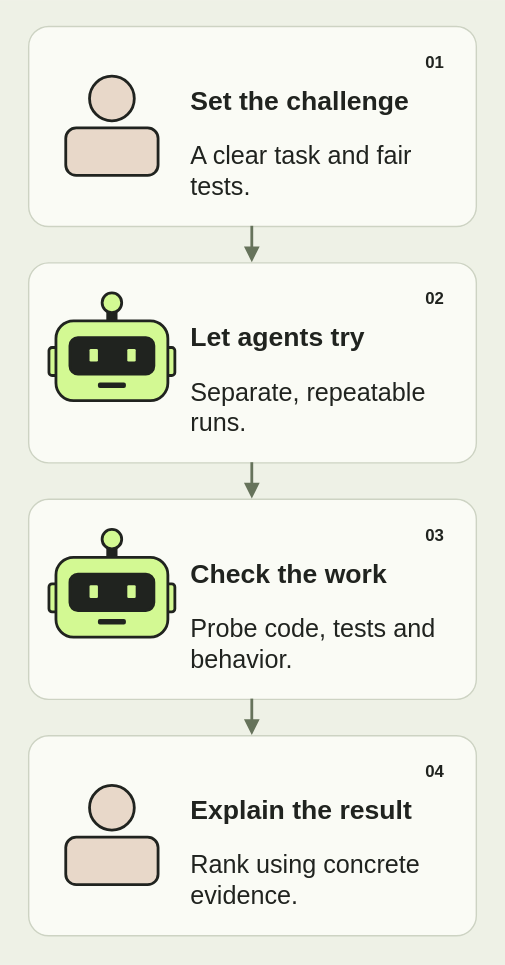
youngfreezy/youngfreezy.github.io keeps this draw.io diagram as images/agents/handshake-mobile.svg. Above is the earlier version. Source tidied: cells renumbered, new cells last; positions are measured from the earlier drawing's top-left corner, leaving out a move shared by most shapes.
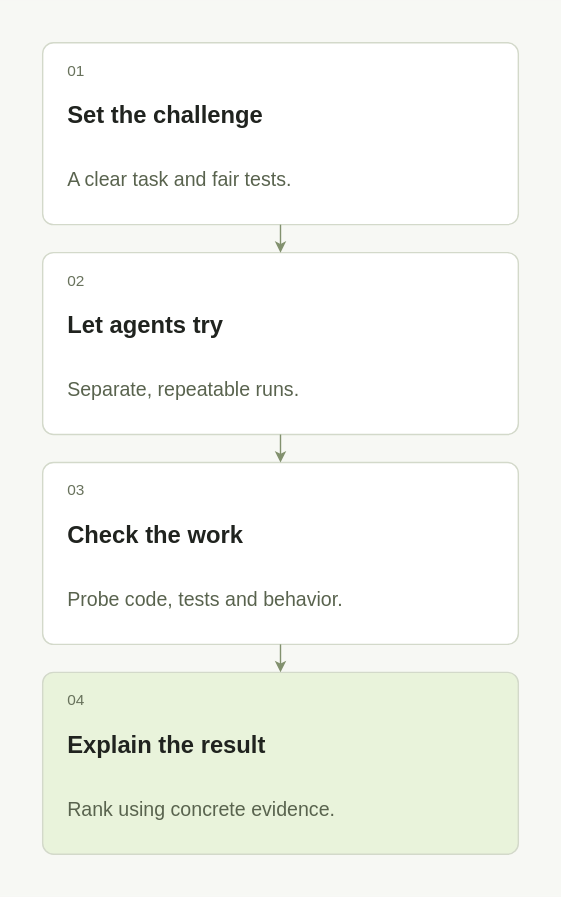
After the change.

The edit, as a diff of the source:
```diff
@@ -1,132 +1,66 @@
-<mxGraphModel background="#eef1e6">
+<mxGraphModel background="#f7f8f4">
   <root>
     <mxCell id="0" />
     <mxCell id="1" parent="0" />
-    <mxCell id="2" style="fillColor=#eef1e6;strokeColor=none;html=1;fontFamily=Helvetica;fontColor=#20231f;" parent="1" vertex="1">
-      <mxGeometry width="360" height="688" as="geometry" />
-    </mxCell>
-    <mxCell id="3" style="rounded=1;arcSize=10;fillColor=#fafbf5;strokeColor=#cdd3c3;strokeWidth=1;html=1;fontFamily=Helvetica;fontColor=#20231f;" parent="1" vertex="1">
-      <mxGeometry x="20" y="18" width="320" height="143" as="geometry" />
-    </mxCell>
-    <mxCell id="4" style="ellipse;fillColor=#e8d8c9;strokeColor=#20231f;strokeWidth=2;html=1;fontFamily=Helvetica;fontColor=#20231f;" parent="3" vertex="1">
-      <mxGeometry x="44" y="36" width="32" height="32" as="geometry" />
-    </mxCell>
-    <mxCell id="5" style="rounded=1;arcSize=22;strokeWidth=2;strokeColor=#20231f;fillColor=#e8d8c9;html=1;fontFamily=Helvetica;fontColor=#20231f;" parent="3" vertex="1">
-      <mxGeometry x="27" y="73" width="66" height="34" as="geometry" />
-    </mxCell>
+    <mxCell id="44" style="html=1;fontFamily=Helvetica;fillColor=#f7f8f4;strokeColor=none;" parent="1" vertex="1">
+      <mxGeometry width="400" height="640" as="geometry" />
+    </mxCell>
+    <mxCell id="45" style="html=1;fontFamily=Helvetica;rounded=1;arcSize=6;fillColor=#ffffff;strokeColor=#d3d9ca;" parent="44" vertex="1">
+      <mxGeometry x="30" y="30" width="340" height="130" as="geometry" />
+    </mxCell>
-    <mxCell id="6" value="01" style="text;strokeColor=none;fillColor=none;fontSize=12;fontStyle=1;html=1;fontFamily=Helvetica;fontColor=#20231f;" parent="3" vertex="1">
-      <mxGeometry x="282" y="12" width="24" height="22" as="geometry" />
+    <mxCell id="6" value="01" style="html=1;fontFamily=Helvetica;text;whiteSpace=wrap;align=left;verticalAlign=middle;fillColor=none;strokeColor=none;fontSize=11;fontColor=#68725c;" parent="45" vertex="1">
+      <mxGeometry x="16" y="12" width="308" height="16" as="geometry" />
     </mxCell>
-    <mxCell id="7" value="Set the challenge" style="text;strokeColor=none;fillColor=none;fontSize=19;fontStyle=1;align=left;html=1;fontFamily=Helvetica;fontColor=#20231f;" parent="3" vertex="1">
-      <mxGeometry x="114" y="36" width="190" height="32" as="geometry" />
+    <mxCell id="7" value="Set the challenge" style="html=1;fontFamily=Helvetica;text;whiteSpace=wrap;align=left;verticalAlign=middle;fillColor=none;strokeColor=none;fontSize=17;fontColor=#20231f;fontStyle=1;" parent="45" vertex="1">
+      <mxGeometry x="16" y="34" width="308" height="38" as="geometry" />
     </mxCell>
-    <mxCell id="8" value="A clear task and fair tests." style="text;whiteSpace=wrap;strokeColor=none;fillColor=none;fontSize=18;align=left;html=1;fontFamily=Helvetica;fontColor=#20231f;" parent="3" vertex="1">
-      <mxGeometry x="114" y="76" width="184" height="48" as="geometry" />
+    <mxCell id="8" value="A clear task and fair tests." style="html=1;fontFamily=Helvetica;text;whiteSpace=wrap;align=left;verticalAlign=middle;fillColor=none;strokeColor=none;fontSize=14;fontColor=#59634e;" parent="45" vertex="1">
+      <mxGeometry x="16" y="80" width="308" height="36" as="geometry" />
     </mxCell>
-    <mxCell id="9" style="rounded=1;arcSize=10;fillColor=#fafbf5;strokeColor=#cdd3c3;strokeWidth=1;html=1;fontFamily=Helvetica;fontColor=#20231f;" parent="1" vertex="1">
-      <mxGeometry x="20" y="187" width="320" height="143" as="geometry" />
-    </mxCell>
-    <mxCell id="10" style="rounded=1;arcSize=22;strokeWidth=2;strokeColor=#20231f;fillColor=#20231f;html=1;fontFamily=Helvetica;fontColor=#20231f;" parent="9" vertex="1">
-      <mxGeometry x="57" y="29" width="6" height="14" as="geometry" />
-    </mxCell>
-    <mxCell id="11" style="ellipse;fillColor=#d3f993;strokeColor=#20231f;strokeWidth=2;html=1;fontFamily=Helvetica;fontColor=#20231f;" parent="9" vertex="1">
-      <mxGeometry x="53" y="22" width="14" height="14" as="geometry" />
-    </mxCell>
-    <mxCell id="12" style="rounded=1;arcSize=22;strokeWidth=2;strokeColor=#20231f;fillColor=#d3f993;html=1;fontFamily=Helvetica;fontColor=#20231f;" parent="9" vertex="1">
-      <mxGeometry x="15" y="61" width="10" height="20" as="geometry" />
-    </mxCell>
-    <mxCell id="13" style="rounded=1;arcSize=22;strokeWidth=2;strokeColor=#20231f;fillColor=#d3f993;html=1;fontFamily=Helvetica;fontColor=#20231f;" parent="9" vertex="1">
-      <mxGeometry x="95" y="61" width="10" height="20" as="geometry" />
-    </mxCell>
-    <mxCell id="14" style="rounded=1;arcSize=22;strokeWidth=2;strokeColor=#20231f;fillColor=#d3f993;html=1;fontFamily=Helvetica;fontColor=#20231f;" parent="9" vertex="1">
-      <mxGeometry x="20" y="42" width="80" height="57" as="geometry" />
-    </mxCell>
-    <mxCell id="15" style="rounded=1;arcSize=22;strokeWidth=2;strokeColor=#20231f;fillColor=#20231f;html=1;fontFamily=Helvetica;fontColor=#20231f;" parent="9" vertex="1">
-      <mxGeometry x="30" y="54" width="60" height="26" as="geometry" />
-    </mxCell>
-    <mxCell id="16" style="rounded=1;fillColor=#d3f993;strokeColor=none;html=1;fontFamily=Helvetica;fontColor=#20231f;" parent="9" vertex="1">
-      <mxGeometry x="44" y="62" width="6" height="9" as="geometry" />
-    </mxCell>
-    <mxCell id="17" style="rounded=1;fillColor=#d3f993;strokeColor=none;html=1;fontFamily=Helvetica;fontColor=#20231f;" parent="9" vertex="1">
-      <mxGeometry x="71" y="62" width="6" height="9" as="geometry" />
-    </mxCell>
-    <mxCell id="18" style="rounded=1;arcSize=22;strokeWidth=2;strokeColor=#20231f;fillColor=#20231f;html=1;fontFamily=Helvetica;fontColor=#20231f;" parent="9" vertex="1">
-      <mxGeometry x="51" y="87" width="18" height="2" as="geometry" />
-    </mxCell>
+    <mxCell id="46" style="html=1;fontFamily=Helvetica;rounded=1;arcSize=6;fillColor=#ffffff;strokeColor=#d3d9ca;" parent="44" vertex="1">
+      <mxGeometry x="30" y="180" width="340" height="130" as="geometry" />
+    </mxCell>
-    <mxCell id="19" value="02" style="text;strokeColor=none;fillColor=none;fontSize=12;fontStyle=1;html=1;fontFamily=Helvetica;fontColor=#20231f;" parent="9" vertex="1">
-      <mxGeometry x="282" y="12" width="24" height="22" as="geometry" />
+    <mxCell id="19" value="02" style="html=1;fontFamily=Helvetica;text;whiteSpace=wrap;align=left;verticalAlign=middle;fillColor=none;strokeColor=none;fontSize=11;fontColor=#68725c;" parent="46" vertex="1">
+      <mxGeometry x="16" y="12" width="308" height="16" as="geometry" />
     </mxCell>
-    <mxCell id="20" value="Let agents try" style="text;strokeColor=none;fillColor=none;fontSize=19;fontStyle=1;align=left;html=1;fontFamily=Helvetica;fontColor=#20231f;" parent="9" vertex="1">
-      <mxGeometry x="114" y="36" width="190" height="32" as="geometry" />
+    <mxCell id="20" value="Let agents try" style="html=1;fontFamily=Helvetica;text;whiteSpace=wrap;align=left;verticalAlign=middle;fillColor=none;strokeColor=none;fontSize=17;fontColor=#20231f;fontStyle=1;" parent="46" vertex="1">
+      <mxGeometry x="16" y="34" width="308" height="38" as="geometry" />
     </mxCell>
-    <mxCell id="21" value="Separate, repeatable runs." style="text;whiteSpace=wrap;strokeColor=none;fillColor=none;fontSize=18;align=left;html=1;fontFamily=Helvetica;fontColor=#20231f;" parent="9" vertex="1">
-      <mxGeometry x="114" y="76" width="184" height="48" as="geometry" />
+    <mxCell id="21" value="Separate, repeatable runs." style="html=1;fontFamily=Helvetica;text;whiteSpace=wrap;align=left;verticalAlign=middle;fillColor=none;strokeColor=none;fontSize=14;fontColor=#59634e;" parent="46" vertex="1">
+      <mxGeometry x="16" y="80" width="308" height="36" as="geometry" />
     </mxCell>
-    <mxCell id="22" style="rounded=1;arcSize=10;fillColor=#fafbf5;strokeColor=#cdd3c3;strokeWidth=1;html=1;fontFamily=Helvetica;fontColor=#20231f;" parent="1" vertex="1">
-      <mxGeometry x="20" y="356" width="320" height="143" as="geometry" />
-    </mxCell>
-    <mxCell id="23" style="rounded=1;arcSize=22;strokeWidth=2;strokeColor=#20231f;fillColor=#20231f;html=1;fontFamily=Helvetica;fontColor=#20231f;" parent="22" vertex="1">
-      <mxGeometry x="57" y="29" width="6" height="14" as="geometry" />
-    </mxCell>
-    <mxCell id="24" style="ellipse;fillColor=#d3f993;strokeColor=#20231f;strokeWidth=2;html=1;fontFamily=Helvetica;fontColor=#20231f;" parent="22" vertex="1">
-      <mxGeometry x="53" y="22" width="14" height="14" as="geometry" />
-    </mxCell>
-    <mxCell id="25" style="rounded=1;arcSize=22;strokeWidth=2;strokeColor=#20231f;fillColor=#d3f993;html=1;fontFamily=Helvetica;fontColor=#20231f;" parent="22" vertex="1">
-      <mxGeometry x="15" y="61" width="10" height="20" as="geometry" />
-    </mxCell>
-    <mxCell id="26" style="rounded=1;arcSize=22;strokeWidth=2;strokeColor=#20231f;fillColor=#d3f993;html=1;fontFamily=Helvetica;fontColor=#20231f;" parent="22" vertex="1">
-      <mxGeometry x="95" y="61" width="10" height="20" as="geometry" />
-    </mxCell>
-    <mxCell id="27" style="rounded=1;arcSize=22;strokeWidth=2;strokeColor=#20231f;fillColor=#d3f993;html=1;fontFamily=Helvetica;fontColor=#20231f;" parent="22" vertex="1">
-      <mxGeometry x="20" y="42" width="80" height="57" as="geometry" />
-    </mxCell>
-    <mxCell id="28" style="rounded=1;arcSize=22;strokeWidth=2;strokeColor=#20231f;fillColor=#20231f;html=1;fontFamily=Helvetica;fontColor=#20231f;" parent="22" vertex="1">
-      <mxGeometry x="30" y="54" width="60" height="26" as="geometry" />
-    </mxCell>
-    <mxCell id="29" style="rounded=1;fillColor=#d3f993;strokeColor=none;html=1;fontFamily=Helvetica;fontColor=#20231f;" parent="22" vertex="1">
-      <mxGeometry x="44" y="62" width="6" height="9" as="geometry" />
-    </mxCell>
-    <mxCell id="30" style="rounded=1;fillColor=#d3f993;strokeColor=none;html=1;fontFamily=Helvetica;fontColor=#20231f;" parent="22" vertex="1">
-      <mxGeometry x="71" y="62" width="6" height="9" as="geometry" />
-    </mxCell>
-    <mxCell id="31" style="rounded=1;arcSize=22;strokeWidth=2;strokeColor=#20231f;fillColor=#20231f;html=1;fontFamily=Helvetica;fontColor=#20231f;" parent="22" vertex="1">
-      <mxGeometry x="51" y="87" width="18" height="2" as="geometry" />
-    </mxCell>
+    <mxCell id="47" style="edgeStyle=orthogonalEdgeStyle;rounded=1;jettySize=auto;strokeColor=#82916e;strokeWidth=1;endArrow=classic;endSize=5;exitX=.5;exitY=1;entryX=.5;entryY=0;" parent="44" edge="1" source="45" target="46">
+      <mxGeometry relative="1" as="geometry" />
+    </mxCell>
+    <mxCell id="48" style="html=1;fontFamily=Helvetica;rounded=1;arcSize=6;fillColor=#ffffff;strokeColor=#d3d9ca;" parent="44" vertex="1">
+      <mxGeometry x="30" y="330" width="340" height="130" as="geometry" />
+    </mxCell>
-    <mxCell id="32" value="03" style="text;strokeColor=none;fillColor=none;fontSize=12;fontStyle=1;html=1;fontFamily=Helvetica;fontColor=#20231f;" parent="22" vertex="1">
-      <mxGeometry x="282" y="12" width="24" height="22" as="geometry" />
+    <mxCell id="32" value="03" style="html=1;fontFamily=Helvetica;text;whiteSpace=wrap;align=left;verticalAlign=middle;fillColor=none;strokeColor=none;fontSize=11;fontColor=#68725c;" parent="48" vertex="1">
+      <mxGeometry x="16" y="12" width="308" height="16" as="geometry" />
     </mxCell>
-    <mxCell id="33" value="Check the work" style="text;strokeColor=none;fillColor=none;fontSize=19;fontStyle=1;align=left;html=1;fontFamily=Helvetica;fontColor=#20231f;" parent="22" vertex="1">
-      <mxGeometry x="114" y="36" width="190" height="32" as="geometry" />
+    <mxCell id="33" value="Check the work" style="html=1;fontFamily=Helvetica;text;whiteSpace=wrap;align=left;verticalAlign=middle;fillColor=none;strokeColor=none;fontSize=17;fontColor=#20231f;fontStyle=1;" parent="48" vertex="1">
+      <mxGeometry x="16" y="34" width="308" height="38" as="geometry" />
     </mxCell>
-    <mxCell id="34" value="Probe code, tests and behavior." style="text;whiteSpace=wrap;strokeColor=none;fillColor=none;fontSize=18;align=left;html=1;fontFamily=Helvetica;fontColor=#20231f;" parent="22" vertex="1">
-      <mxGeometry x="114" y="76" width="184" height="48" as="geometry" />
+    <mxCell id="34" value="Probe code, tests and behavior." style="html=1;fontFamily=Helvetica;text;whiteSpace=wrap;align=left;verticalAlign=middle;fillColor=none;strokeColor=none;fontSize=14;fontColor=#59634e;" parent="48" vertex="1">
+      <mxGeometry x="16" y="80" width="308" height="36" as="geometry" />
     </mxCell>
-    <mxCell id="35" style="rounded=1;arcSize=10;fillColor=#fafbf5;strokeColor=#cdd3c3;strokeWidth=1;html=1;fontFamily=Helvetica;fontColor=#20231f;" parent="1" vertex="1">
-      <mxGeometry x="20" y="525" width="320" height="143" as="geometry" />
-    </mxCell>
-    <mxCell id="36" style="ellipse;fillColor=#e8d8c9;strokeColor=#20231f;strokeWidth=2;html=1;fontFamily=Helvetica;fontColor=#20231f;" parent="35" vertex="1">
-      <mxGeometry x="44" y="36" width="32" height="32" as="geometry" />
-    </mxCell>
-    <mxCell id="37" style="rounded=1;arcSize=22;strokeWidth=2;strokeColor=#20231f;fillColor=#e8d8c9;html=1;fontFamily=Helvetica;fontColor=#20231f;" parent="35" vertex="1">
-      <mxGeometry x="27" y="73" width="66" height="34" as="geometry" />
-    </mxCell>
+    <mxCell id="49" style="edgeStyle=orthogonalEdgeStyle;rounded=1;jettySize=auto;strokeColor=#82916e;strokeWidth=1;endArrow=classic;endSize=5;exitX=.5;exitY=1;entryX=.5;entryY=0;" parent="44" edge="1" source="46" target="48">
+      <mxGeometry relative="1" as="geometry" />
+    </mxCell>
+    <mxCell id="50" style="html=1;fontFamily=Helvetica;rounded=1;arcSize=6;fillColor=#e9f3db;strokeColor=#d3d9ca;" parent="44" vertex="1">
+      <mxGeometry x="30" y="480" width="340" height="130" as="geometry" />
+    </mxCell>
-    <mxCell id="38" value="04" style="text;strokeColor=none;fillColor=none;fontSize=12;fontStyle=1;html=1;fontFamily=Helvetica;fontColor=#20231f;" parent="35" vertex="1">
-      <mxGeometry x="282" y="12" width="24" height="22" as="geometry" />
+    <mxCell id="38" value="04" style="html=1;fontFamily=Helvetica;text;whiteSpace=wrap;align=left;verticalAlign=middle;fillColor=none;strokeColor=none;fontSize=11;fontColor=#68725c;" parent="50" vertex="1">
+      <mxGeometry x="16" y="12" width="308" height="16" as="geometry" />
     </mxCell>
-    <mxCell id="39" value="Explain the result" style="text;strokeColor=none;fillColor=none;fontSize=19;fontStyle=1;align=left;html=1;fontFamily=Helvetica;fontColor=#20231f;" parent="35" vertex="1">
-      <mxGeometry x="114" y="36" width="190" height="32" as="geometry" />
+    <mxCell id="39" value="Explain the result" style="html=1;fontFamily=Helvetica;text;whiteSpace=wrap;align=left;verticalAlign=middle;fillColor=none;strokeColor=none;fontSize=17;fontColor=#20231f;fontStyle=1;" parent="50" vertex="1">
+      <mxGeometry x="16" y="34" width="308" height="38" as="geometry" />
     </mxCell>
-    <mxCell id="40" value="Rank using concrete evidence." style="text;whiteSpace=wrap;strokeColor=none;fillColor=none;fontSize=18;align=left;html=1;fontFamily=Helvetica;fontColor=#20231f;" parent="35" vertex="1">
-      <mxGeometry x="114" y="76" width="184" height="48" as="geometry" />
+    <mxCell id="40" value="Rank using concrete evidence." style="html=1;fontFamily=Helvetica;text;whiteSpace=wrap;align=left;verticalAlign=middle;fillColor=none;strokeColor=none;fontSize=14;fontColor=#59634e;" parent="50" vertex="1">
+      <mxGeometry x="16" y="80" width="308" height="36" as="geometry" />
     </mxCell>
-    <mxCell id="41" style="edgeStyle=orthogonalEdgeStyle;rounded=1;jettySize=auto;strokeColor=#66735b;strokeWidth=2;endArrow=block;endFill=1;exitX=0.5;exitY=1;entryX=0.5;entryY=0;" parent="1" edge="1" source="3" target="9">
-      <mxGeometry relative="1" as="geometry" />
-    </mxCell>
-    <mxCell id="42" style="edgeStyle=orthogonalEdgeStyle;rounded=1;jettySize=auto;strokeColor=#66735b;strokeWidth=2;endArrow=block;endFill=1;exitX=0.5;exitY=1;entryX=0.5;entryY=0;" parent="1" edge="1" source="9" target="22">
-      <mxGeometry relative="1" as="geometry" />
-    </mxCell>
-    <mxCell id="43" style="edgeStyle=orthogonalEdgeStyle;rounded=1;jettySize=auto;strokeColor=#66735b;strokeWidth=2;endArrow=block;endFill=1;exitX=0.5;exitY=1;entryX=0.5;entryY=0;" parent="1" edge="1" source="22" target="35">
-      <mxGeometry relative="1" as="geometry" />
-    </mxCell>
+    <mxCell id="51" style="edgeStyle=orthogonalEdgeStyle;rounded=1;jettySize=auto;strokeColor=#82916e;strokeWidth=1;endArrow=classic;endSize=5;exitX=.5;exitY=1;entryX=.5;entryY=0;" parent="44" edge="1" source="48" target="50">
+      <mxGeometry relative="1" as="geometry" />
+    </mxCell>
   </root>
 </mxGraphModel>
```
